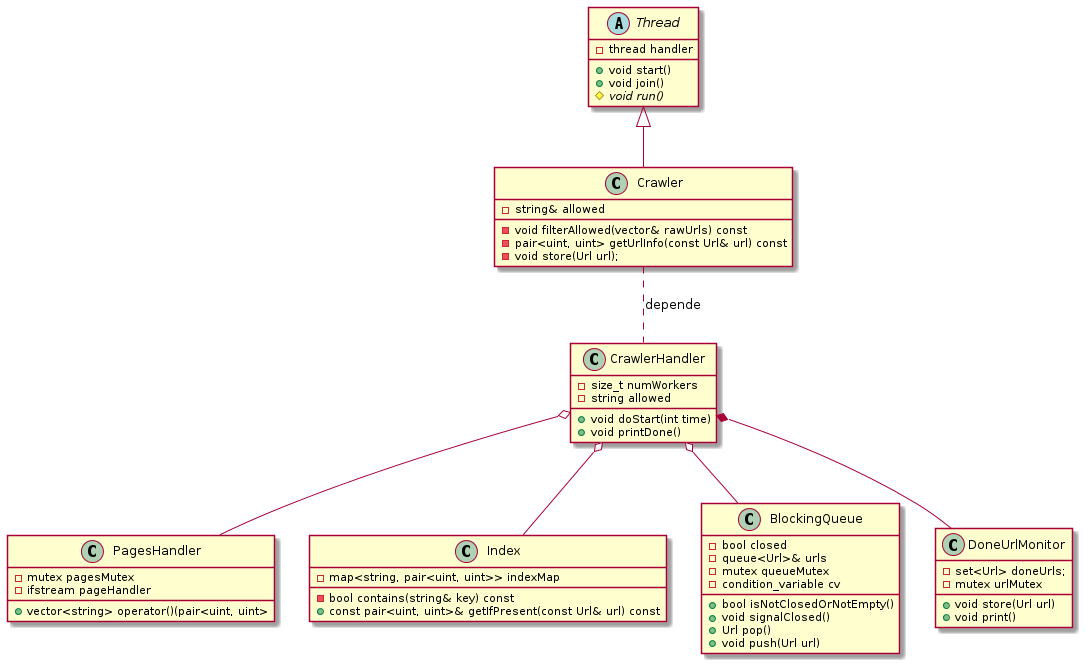
Before: otherClassDiagram.png, a diagram exported from PlantUML (leogm99/tp2).
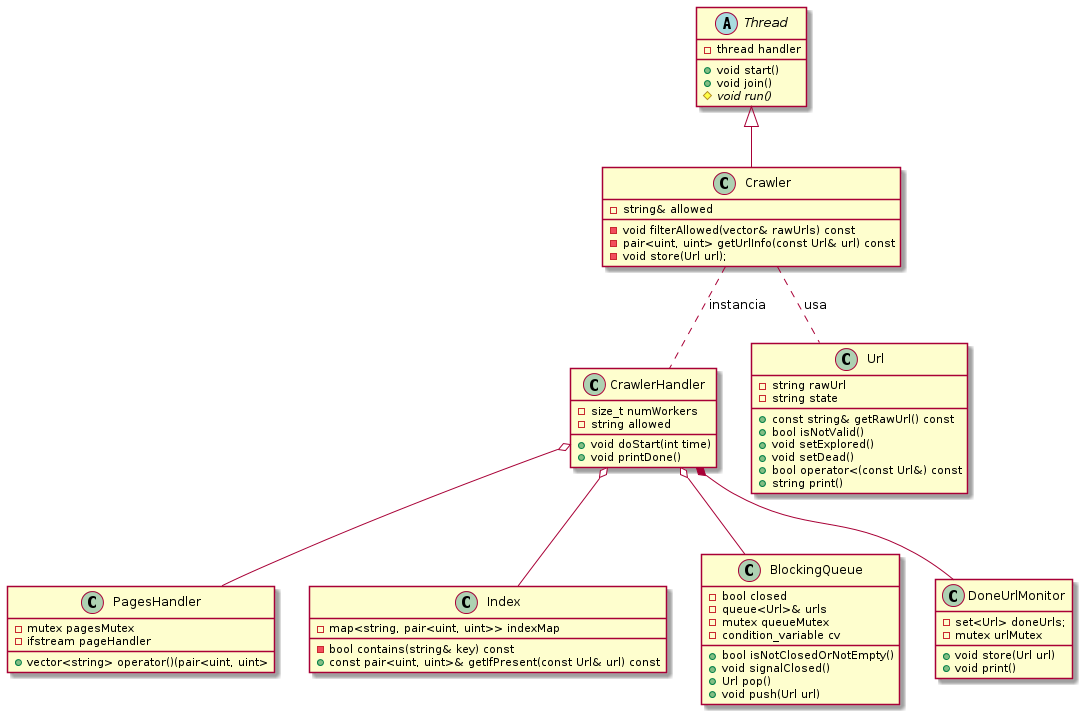
The same file after the commit.

Change to the diagram source:
```diff
@@ -56,12 +56,24 @@
 	+void printDone()
 }
 
+class Url{
+	-string rawUrl
+	-string state
+
+	+const string& getRawUrl() const
+	+bool isNotValid()
+	+void setExplored()
+	+void setDead()
+	+bool operator<(const Url&) const
+	+string print()
+}
+
 CrawlerHandler *-- DoneUrlMonitor
 CrawlerHandler o-- BlockingQueue
 CrawlerHandler o-- Index
 CrawlerHandler o-- PagesHandler
 
-Crawler .. CrawlerHandler : depende
-
+Crawler .. CrawlerHandler : instancia
+Crawler .. Url : usa
 
 @enduml
```
